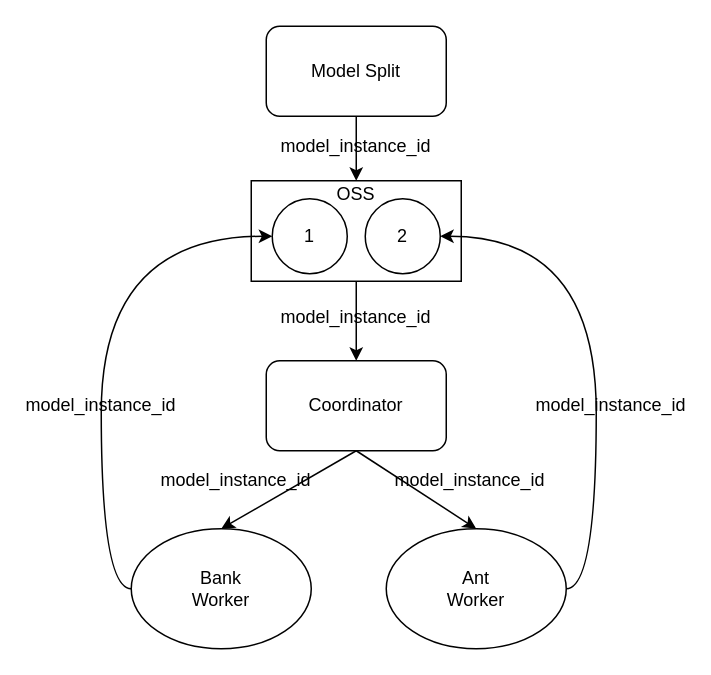
Above: page "第 1 页" (1 of 2) of 模型发布.drawio in chlq1128/Mycode (draw.io), before the change. Source tidied: cells renumbered, new cells numbered last; positions are measured from the earlier drawing's top-left corner, leaving out a move shared by most shapes. Both pictures are drawn from the tidied source at 150%, with x=0, y=0 at pixel (70, 26).
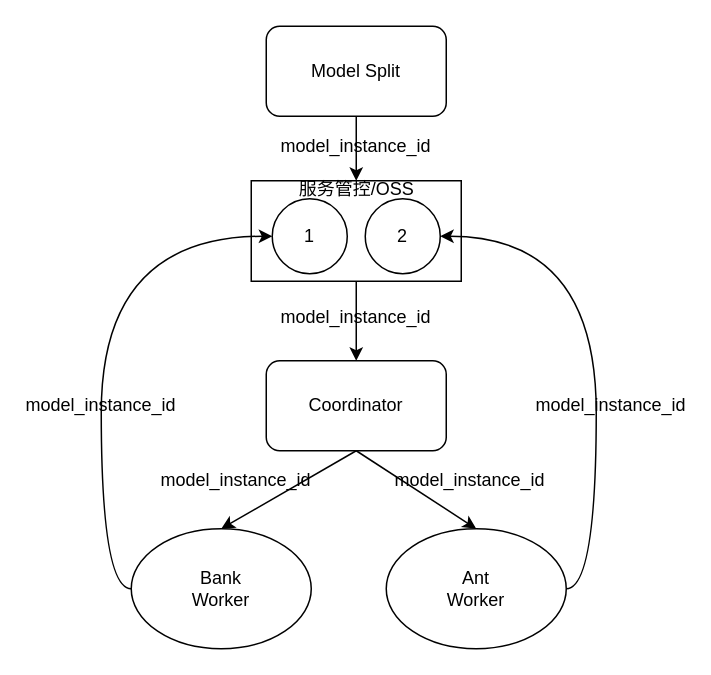
The same page after the edit.

Commit message:
更新模型发布.drawio

What changed in the source:
```diff
@@
-    <mxCell id="22" value="OSS" style="text;html=1;strokeColor=none;fillColor=none;align=center;verticalAlign=middle;whiteSpace=wrap;rounded=0;" parent="1" vertex="1">
-      <mxGeometry x="170" y="102" width="40" height="20" as="geometry" />
+    <mxCell id="22" value="服务管控/OSS" style="text;html=1;strokeColor=none;fillColor=none;align=center;verticalAlign=middle;whiteSpace=wrap;rounded=0;" parent="1" vertex="1">
+      <mxGeometry x="147.5" y="99" width="85" height="20" as="geometry" />
     </mxCell>
```
